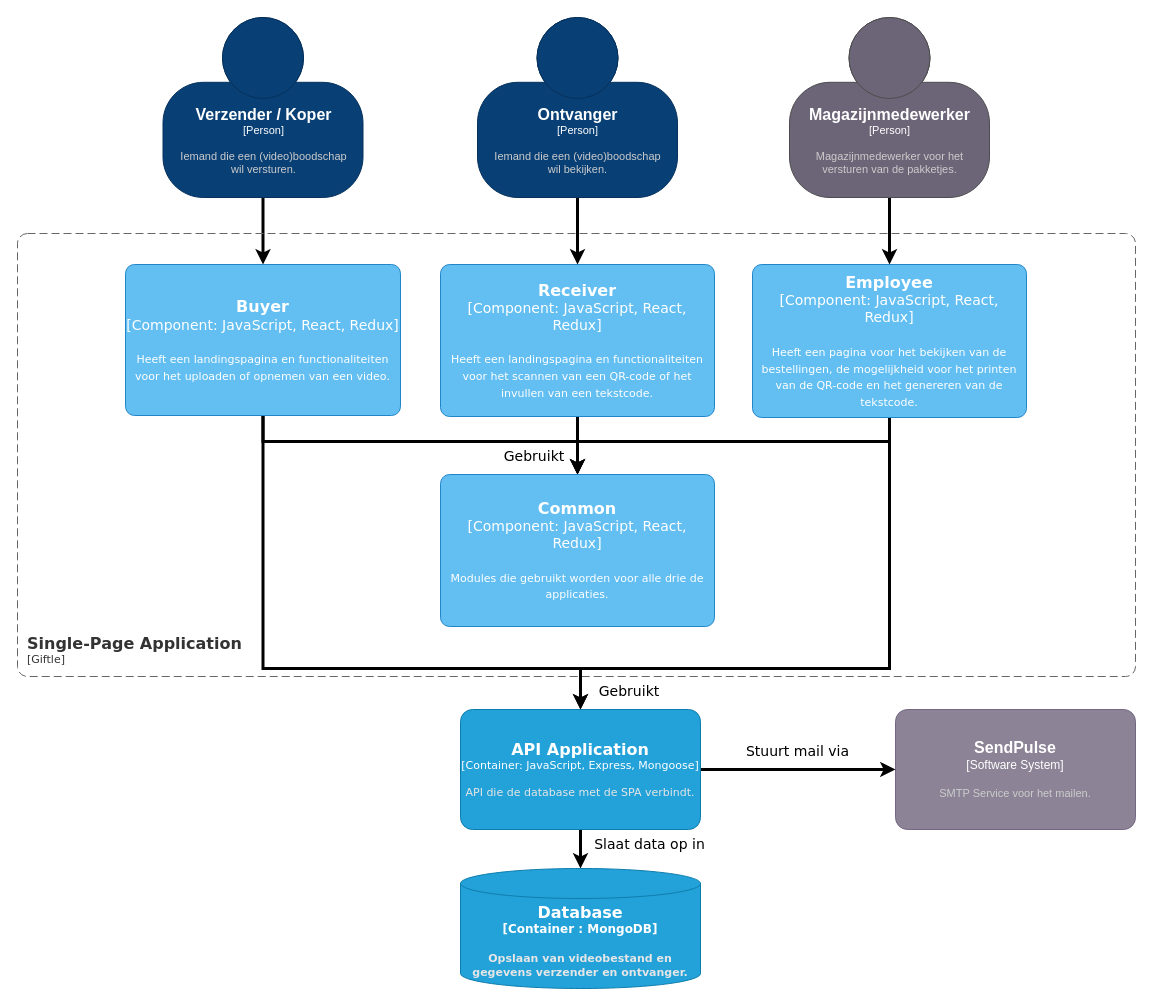
This is koeskoes/3.Sprint2/Documentatie/Software Guidebook/assets/software_architecture/component_diagram.drawio from HANICA-DWA/sep2021-project-koeskoes, a draw.io file, before an edit. Source tidied: cells renumbered, new cells numbered last; positions are measured from the earlier drawing's top-left corner, leaving out a move shared by most shapes. Both pictures are drawn from the tidied source at 100%, with x=0, y=0 at pixel (17, 17).
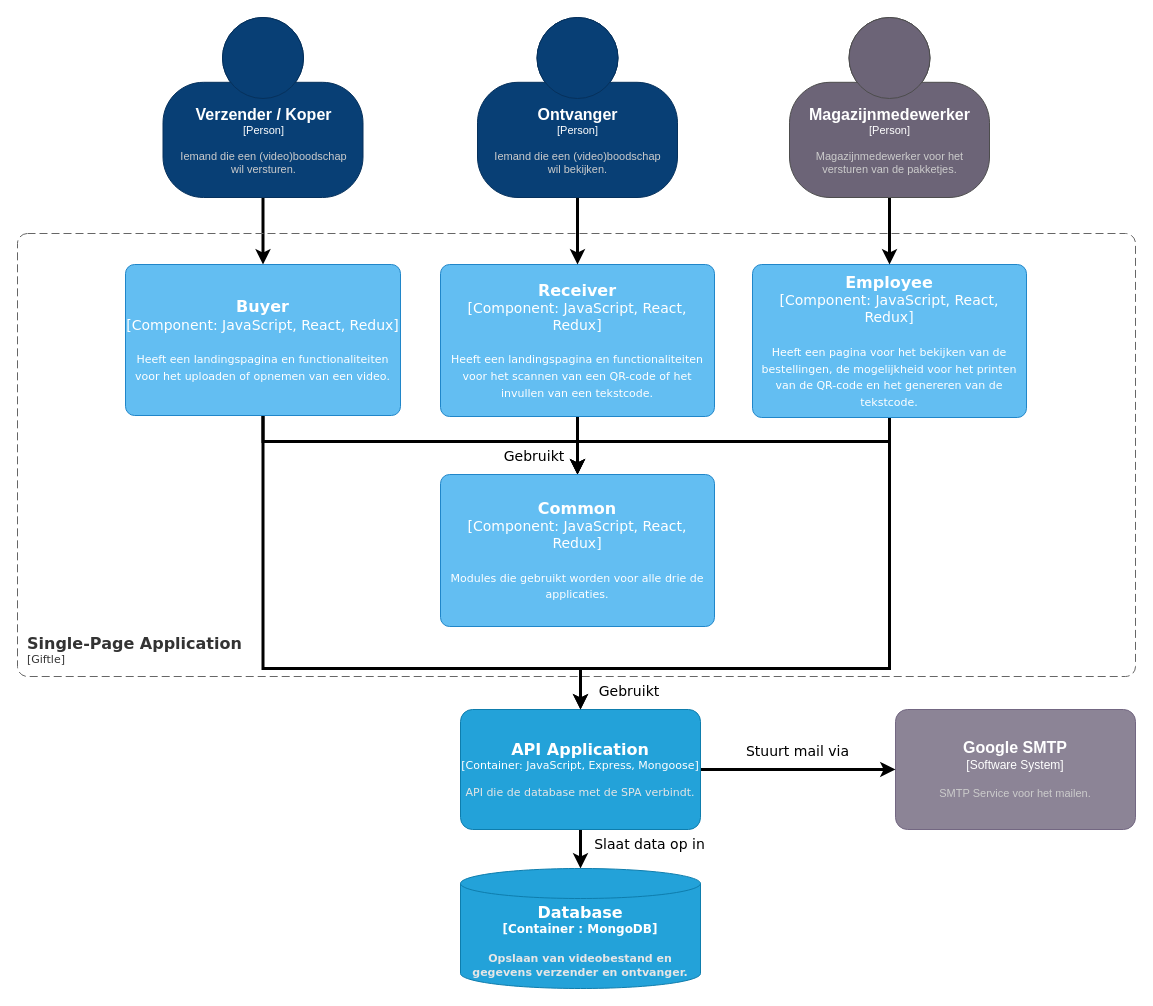
The same diagram, later.

Diff of the diagram source:
```diff
@@
-    <object id="4" label="&lt;font style=&quot;font-size: 16px&quot;&gt;&lt;b&gt;%c4Name%&lt;/b&gt;&lt;/font&gt;&lt;div&gt;[%c4Type%]&lt;/div&gt;&lt;br&gt;&lt;div&gt;&lt;font style=&quot;font-size: 11px&quot;&gt;&lt;font color=&quot;#cccccc&quot;&gt;%c4Description%&lt;/font&gt;&lt;/div&gt;" c4Description="SMTP Service voor het mailen." c4Name="SendPulse" c4Type="Software System" placeholders="1">
+    <object id="4" label="&lt;font style=&quot;font-size: 16px&quot;&gt;&lt;b&gt;%c4Name%&lt;/b&gt;&lt;/font&gt;&lt;div&gt;[%c4Type%]&lt;/div&gt;&lt;br&gt;&lt;div&gt;&lt;font style=&quot;font-size: 11px&quot;&gt;&lt;font color=&quot;#cccccc&quot;&gt;%c4Description%&lt;/font&gt;&lt;/div&gt;" c4Description="SMTP Service voor het mailen." c4Name="Google SMTP" c4Type="Software System" placeholders="1">
       <mxCell style="rounded=1;whiteSpace=wrap;html=1;labelBackgroundColor=none;fillColor=#8C8496;fontColor=#ffffff;align=center;arcSize=10;strokeColor=#736782;points=[[0.25,0,0],[0.5,0,0],[0.75,0,0],[1,0.25,0],[1,0.5,0],[1,0.75,0],[0.75,1,0],[0.5,1,0],[0.25,1,0],[0,0.75,0],[0,0.5,0],[0,0.25,0]];" parent="1" vertex="1">
         <mxGeometry x="878" y="692" width="240" height="120" as="geometry" />
       </mxCell>
     </object>
```
